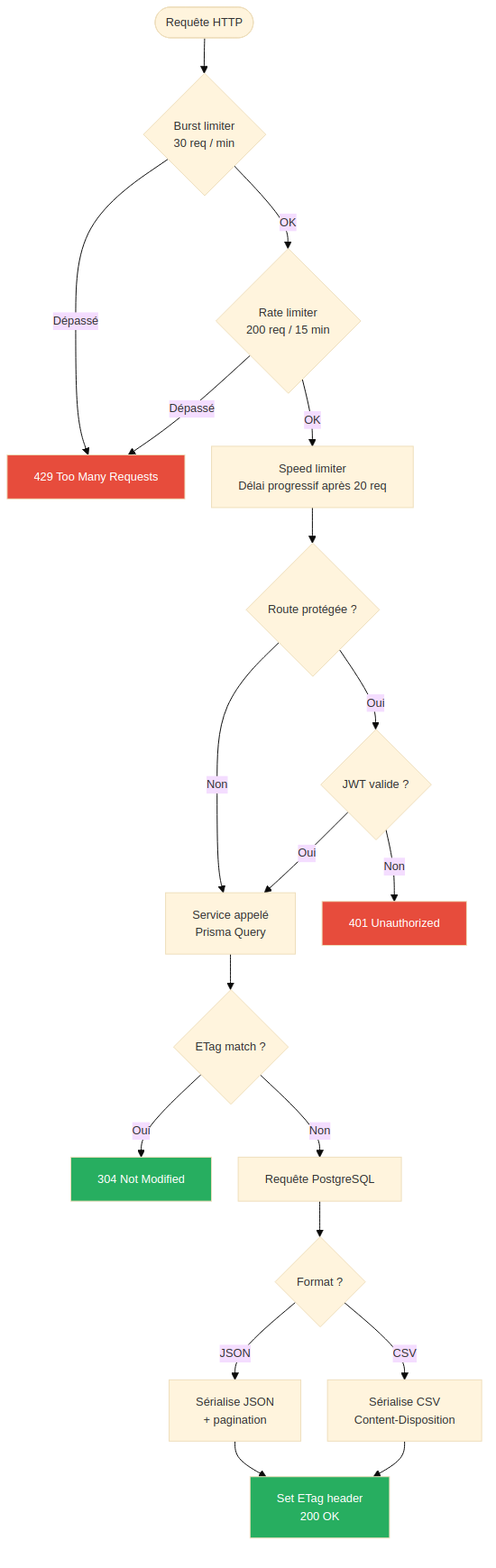
Earlier version of the Mermaid export docs/diagrams/06_api_request_flow.png (ampynjord/starvis). Its source is kept beside it as docs/diagrams/06_api_request_flow.mmd.
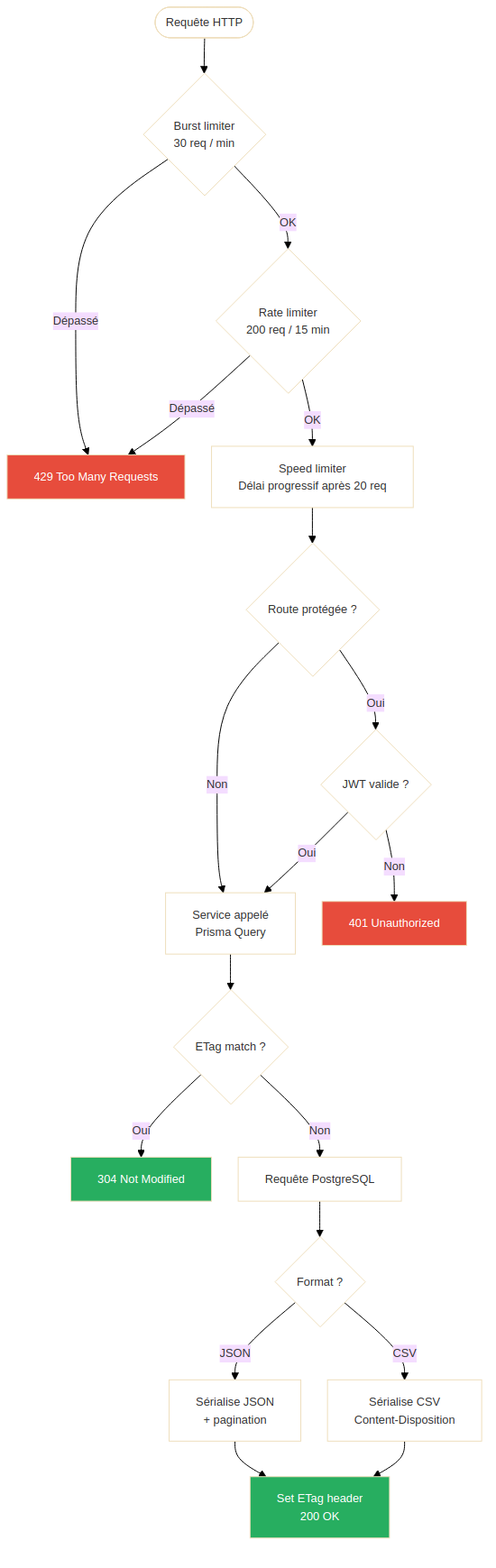
Later version of the same file.

The edit, as a diff of the source:
```diff
@@ -1,4 +1,4 @@
-%%{init: {'theme': 'base', 'themeVariables': {'fontSize': '13px', 'fontFamily': 'Arial'}, 'flowchart': {'nodeSpacing': 30, 'rankSpacing': 40, 'useMaxWidth': true}}}%%
+%%{init: {'theme': 'base', 'themeVariables': {'background': '#ffffff', 'mainBkg': '#ffffff', 'fontSize': '13px', 'fontFamily': 'Arial'}, 'flowchart': {'nodeSpacing': 30, 'rankSpacing': 40, 'useMaxWidth': true}}}%%
 flowchart TD
     A([Requête HTTP]) --> B
 
```
